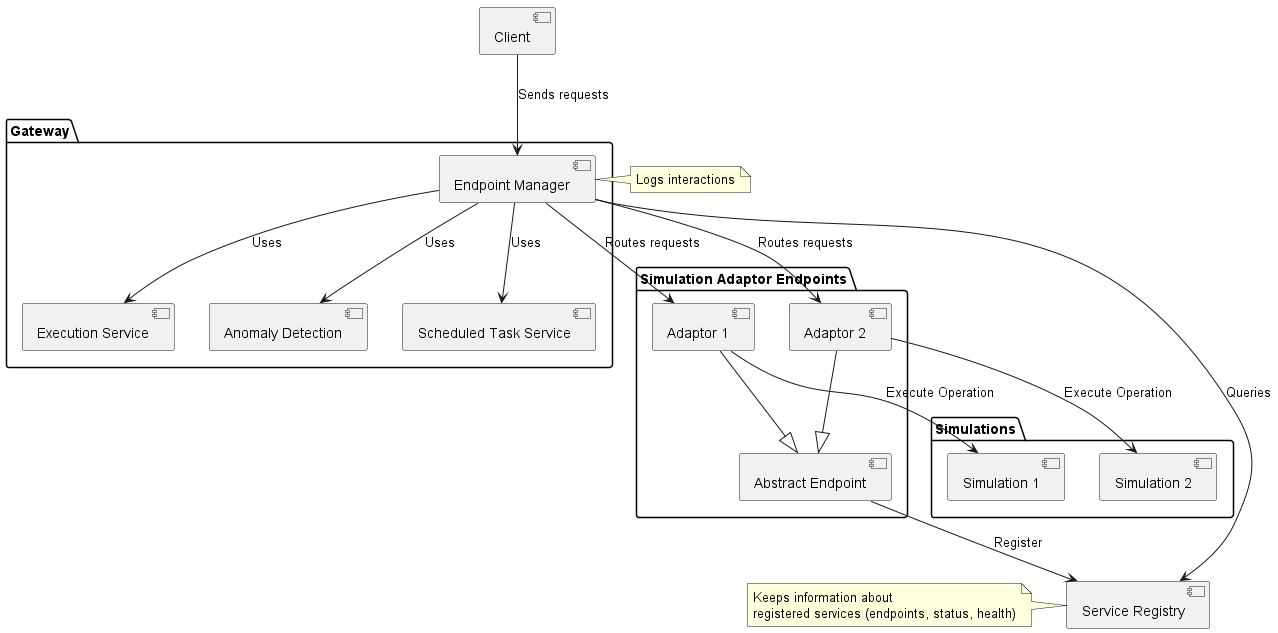
This is 1. Konzept/architecture.png from jku-swe-simcomp/project-management, a PlantUML export, as it was before one commit.
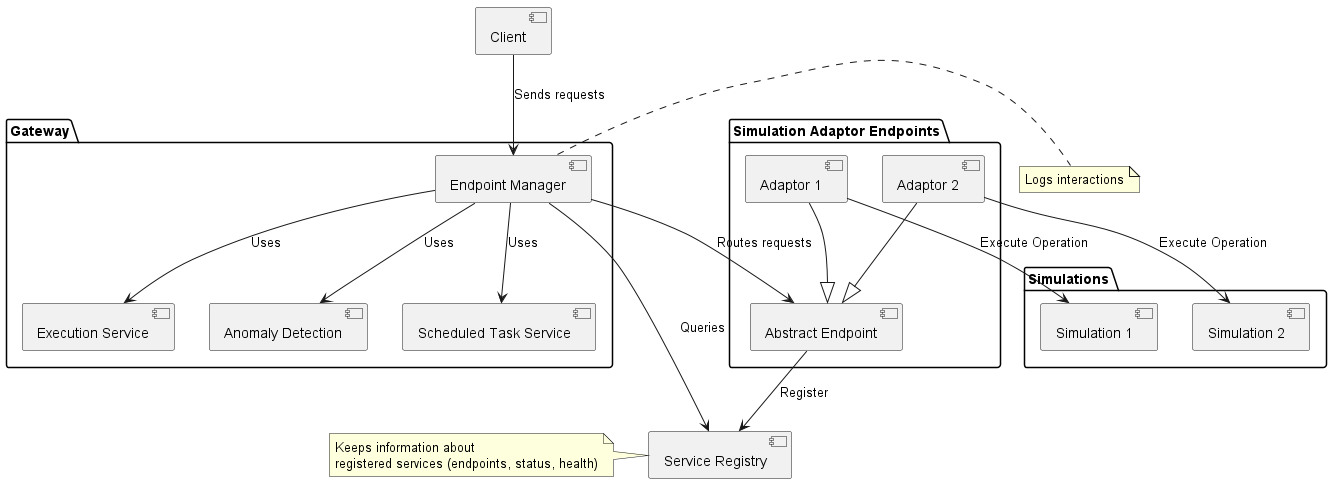
After the commit.

Commit message:
updated architecture diagram png

Diff of the diagram source:
```diff
@@ -20,8 +20,7 @@
 }
 
 [Endpoint Manager] --> [Service Registry] : Queries
-[Endpoint Manager] --> [Adaptor 1] : Routes requests
-[Endpoint Manager] --> [Adaptor 2] : Routes requests
+[Endpoint Manager] --> [Abstract Endpoint] : Routes requests
 [Abstract Endpoint] --> [Service Registry] : Register
 [Adaptor 1] --> [Simulation 1] : Execute Operation
 [Adaptor 2] --> [Simulation 2] : Execute Operation
```
